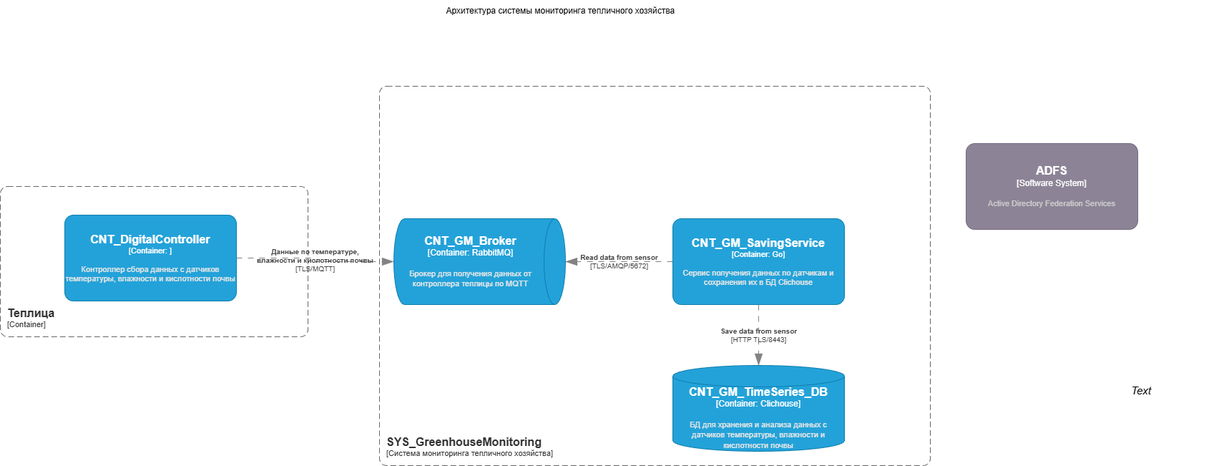
The draw.io diagram docs/diargams/src/solution_architect.png in shishkinsa/arch-sys-greenhouse-monitoring, before a commit. Source tidied: cells renumbered, new cells last; positions are measured from the earlier drawing's top-left corner, leaving out a move shared by most shapes.
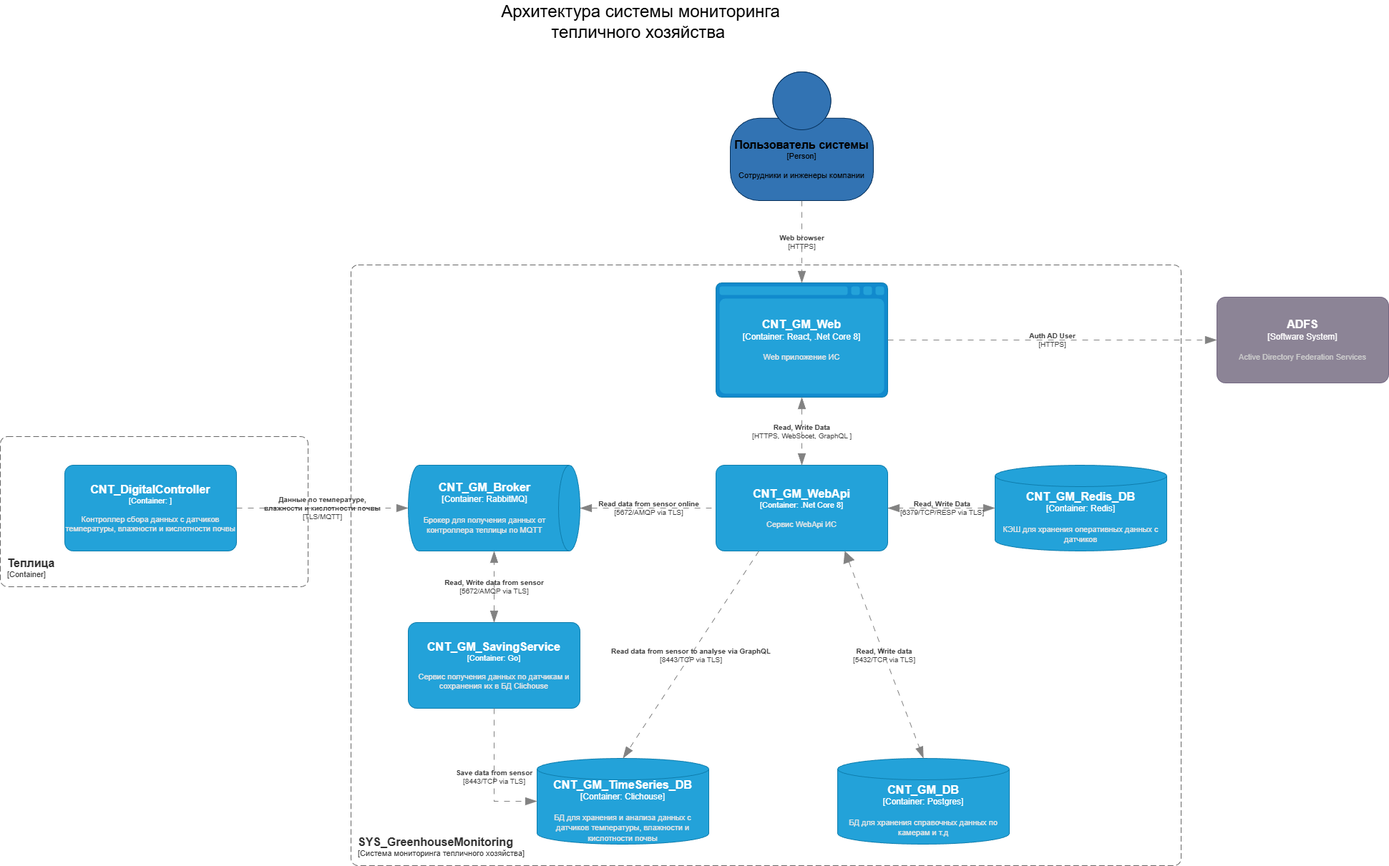
Above is the later version.

What changed in the source:
```diff
@@ -6,7 +6,7 @@
       <mxCell style="rounded=1;fontSize=11;whiteSpace=wrap;html=1;dashed=1;arcSize=20;fillColor=none;strokeColor=#666666;fontColor=#333333;labelBackgroundColor=none;align=left;verticalAlign=bottom;labelBorderColor=none;spacingTop=0;spacing=10;dashPattern=8 4;perimeter=rectanglePerimeter;noLabel=0;labelPadding=0;absoluteArcSize=1;" parent="1" vertex="1">
-        <mxGeometry y="260" width="430" height="210" as="geometry" />
+        <mxGeometry x="240" y="360" width="430" height="210" as="geometry" />
       </mxCell>
     </object>
-    <mxCell id="3" value="Архитектура системы мониторинга тепличного хозяйства&amp;nbsp;" style="text;html=1;align=center;verticalAlign=middle;whiteSpace=wrap;rounded=0;" parent="1" vertex="1">
-      <mxGeometry x="540" width="490" height="30" as="geometry" />
+    <mxCell id="3" value="Архитектура системы мониторинга тепличного хозяйства&amp;nbsp;" style="text;html=1;align=center;verticalAlign=middle;whiteSpace=wrap;rounded=0;strokeWidth=2;fontSize=24;" parent="1" vertex="1">
+      <mxGeometry x="890" y="-250" width="490" height="60" as="geometry" />
     </mxCell>
@@ -14,3 +14,3 @@
       <mxCell style="rounded=1;whiteSpace=wrap;html=1;fontSize=11;labelBackgroundColor=none;fillColor=#23A2D9;fontColor=#ffffff;align=center;arcSize=10;strokeColor=#0E7DAD;points=[[0.25,0,0],[0.5,0,0],[0.75,0,0],[1,0.25,0],[1,0.5,0],[1,0.75,0],[0.75,1,0],[0.5,1,0],[0.25,1,0],[0,0.75,0],[0,0.5,0],[0,0.25,0]];" parent="1" vertex="1">
-        <mxGeometry x="90" y="300" width="240" height="120" as="geometry" />
+        <mxGeometry x="330" y="400" width="240" height="120" as="geometry" />
       </mxCell>
@@ -19,3 +19,3 @@
       <mxCell style="rounded=1;fontSize=11;whiteSpace=wrap;html=1;dashed=1;arcSize=20;fillColor=none;strokeColor=#666666;fontColor=#333333;labelBackgroundColor=none;align=left;verticalAlign=bottom;labelBorderColor=none;spacingTop=0;spacing=10;dashPattern=8 4;perimeter=rectanglePerimeter;noLabel=0;labelPadding=0;absoluteArcSize=1;" parent="1" vertex="1">
-        <mxGeometry x="530" y="120" width="770" height="530" as="geometry" />
+        <mxGeometry x="730" y="120" width="1160" height="840" as="geometry" />
       </mxCell>
@@ -24,3 +24,3 @@
       <mxCell style="shape=cylinder3;size=15;direction=south;whiteSpace=wrap;html=1;boundedLbl=1;rounded=0;labelBackgroundColor=none;fillColor=#23A2D9;fontSize=12;fontColor=#ffffff;align=center;strokeColor=#0E7DAD;points=[[0.5,0,0],[1,0.25,0],[1,0.5,0],[1,0.75,0],[0.5,1,0],[0,0.75,0],[0,0.5,0],[0,0.25,0]];" parent="1" vertex="1">
-        <mxGeometry x="550" y="305" width="240" height="120" as="geometry" />
+        <mxGeometry x="810" y="400" width="240" height="120" as="geometry" />
       </mxCell>
@@ -34,3 +34,3 @@
       <mxCell style="rounded=1;whiteSpace=wrap;html=1;labelBackgroundColor=none;fillColor=#8C8496;fontColor=#ffffff;align=center;arcSize=10;strokeColor=#736782;points=[[0.25,0,0],[0.5,0,0],[0.75,0,0],[1,0.25,0],[1,0.5,0],[1,0.75,0],[0.75,1,0],[0.5,1,0],[0.25,1,0],[0,0.75,0],[0,0.5,0],[0,0.25,0]];" parent="1" vertex="1">
-        <mxGeometry x="1350" y="200" width="240" height="120" as="geometry" />
+        <mxGeometry x="1940" y="165" width="240" height="120" as="geometry" />
       </mxCell>
@@ -39,3 +39,3 @@
       <mxCell style="shape=cylinder3;size=15;whiteSpace=wrap;html=1;boundedLbl=1;rounded=0;labelBackgroundColor=none;fillColor=#23A2D9;fontSize=12;fontColor=#ffffff;align=center;strokeColor=#0E7DAD;points=[[0.5,0,0],[1,0.25,0],[1,0.5,0],[1,0.75,0],[0.5,1,0],[0,0.75,0],[0,0.5,0],[0,0.25,0]];" parent="1" vertex="1">
-        <mxGeometry x="940" y="510" width="240" height="120" as="geometry" />
+        <mxGeometry x="990" y="810" width="240" height="120" as="geometry" />
       </mxCell>
@@ -44,7 +44,7 @@
       <mxCell style="rounded=1;whiteSpace=wrap;html=1;fontSize=11;labelBackgroundColor=none;fillColor=#23A2D9;fontColor=#ffffff;align=center;arcSize=10;strokeColor=#0E7DAD;points=[[0.25,0,0],[0.5,0,0],[0.75,0,0],[1,0.25,0],[1,0.5,0],[1,0.75,0],[0.75,1,0],[0.5,1,0],[0.25,1,0],[0,0.75,0],[0,0.5,0],[0,0.25,0]];" parent="1" vertex="1">
-        <mxGeometry x="940" y="305" width="240" height="120" as="geometry" />
+        <mxGeometry x="810" y="620" width="240" height="120" as="geometry" />
       </mxCell>
     </object>
-    <object id="11" label="&lt;div style=&quot;text-align: left&quot;&gt;&lt;div style=&quot;text-align: center&quot;&gt;&lt;b&gt;%c4Description%&lt;/b&gt;&lt;/div&gt;&lt;div style=&quot;text-align: center&quot;&gt;[%c4Technology%]&lt;/div&gt;&lt;/div&gt;" c4Description="Read data from sensor" c4Technology="TLS/AMQP/5672" c4Type="Relationship" placeholders="1">
-      <mxCell style="endArrow=blockThin;html=1;fontSize=10;fontColor=#404040;strokeWidth=1;endFill=1;strokeColor=#828282;elbow=vertical;endSize=14;startSize=14;jumpStyle=arc;jumpSize=16;rounded=0;edgeStyle=orthogonalEdgeStyle;exitX=0;exitY=0.5;exitDx=0;exitDy=0;exitPerimeter=0;entryX=0.5;entryY=0;entryDx=0;entryDy=0;entryPerimeter=0;dashed=1;dashPattern=8 8;labelBackgroundColor=none;" parent="1" edge="1" source="10" target="6">
+    <object id="11" label="&lt;div style=&quot;text-align: left&quot;&gt;&lt;div style=&quot;text-align: center&quot;&gt;&lt;b&gt;%c4Description%&lt;/b&gt;&lt;/div&gt;&lt;div style=&quot;text-align: center&quot;&gt;[%c4Technology%]&lt;/div&gt;&lt;/div&gt;" c4Description="Read, Write data from sensor" c4Technology="5672/AMQP via TLS" c4Type="Relationship" placeholders="1">
+      <mxCell style="endArrow=blockThin;html=1;fontSize=10;fontColor=#404040;strokeWidth=1;endFill=1;strokeColor=#828282;elbow=vertical;endSize=14;startSize=14;jumpStyle=arc;jumpSize=16;rounded=0;exitX=0.5;exitY=0;exitDx=0;exitDy=0;exitPerimeter=0;entryX=1;entryY=0.5;entryDx=0;entryDy=0;entryPerimeter=0;dashed=1;dashPattern=8 8;labelBackgroundColor=none;startArrow=blockThin;startFill=1;" parent="1" edge="1" source="10" target="6">
         <mxGeometry relative="1" as="geometry" />
@@ -52,4 +52,4 @@
     </object>
-    <object id="12" label="&lt;div style=&quot;text-align: left&quot;&gt;&lt;div style=&quot;text-align: center&quot;&gt;&lt;b&gt;%c4Description%&lt;/b&gt;&lt;/div&gt;&lt;div style=&quot;text-align: center&quot;&gt;[%c4Technology%]&lt;/div&gt;&lt;/div&gt;" c4Description="Save data from sensor" c4Technology="HTTP TLS/8443" c4Type="Relationship" placeholders="1">
-      <mxCell style="endArrow=blockThin;html=1;fontSize=10;fontColor=#404040;strokeWidth=1;endFill=1;strokeColor=#828282;elbow=vertical;endSize=14;startSize=14;jumpStyle=arc;jumpSize=16;rounded=0;edgeStyle=orthogonalEdgeStyle;exitX=0.5;exitY=1;exitDx=0;exitDy=0;exitPerimeter=0;entryX=0.5;entryY=0;entryDx=0;entryDy=0;entryPerimeter=0;dashed=1;dashPattern=8 8;labelBackgroundColor=none;" parent="1" edge="1" source="10" target="9">
+    <object id="12" label="&lt;div style=&quot;text-align: left&quot;&gt;&lt;div style=&quot;text-align: center&quot;&gt;&lt;b&gt;%c4Description%&lt;/b&gt;&lt;/div&gt;&lt;div style=&quot;text-align: center&quot;&gt;[%c4Technology%]&lt;/div&gt;&lt;/div&gt;" c4Description="Save data from sensor" c4Technology="8443/TCP via TLS" c4Type="Relationship" placeholders="1">
+      <mxCell style="endArrow=blockThin;html=1;fontSize=10;fontColor=#404040;strokeWidth=1;endFill=1;strokeColor=#828282;elbow=vertical;endSize=14;startSize=14;jumpStyle=arc;jumpSize=16;rounded=0;exitX=0.5;exitY=1;exitDx=0;exitDy=0;exitPerimeter=0;entryX=0;entryY=0.5;entryDx=0;entryDy=0;entryPerimeter=0;dashed=1;dashPattern=8 8;labelBackgroundColor=none;edgeStyle=orthogonalEdgeStyle;" parent="1" edge="1" source="10" target="9">
         <mxGeometry relative="1" as="geometry" />
@@ -57,5 +57,62 @@
     </object>
-    <mxCell id="13" value="Text" style="text;html=1;align=center;verticalAlign=middle;whiteSpace=wrap;rounded=0;fontStyle=2;fontSize=15;" parent="1" vertex="1">
-      <mxGeometry x="1480" y="490" width="230" height="110" as="geometry" />
-    </mxCell>
+    <object id="14" label="&lt;font style=&quot;font-size: 16px&quot;&gt;&lt;b&gt;%c4Name%&lt;/b&gt;&lt;/font&gt;&lt;div&gt;[%c4Type%:&amp;nbsp;%c4Technology%]&lt;/div&gt;&lt;br&gt;&lt;div&gt;&lt;font style=&quot;font-size: 11px&quot;&gt;&lt;font color=&quot;#E6E6E6&quot;&gt;%c4Description%&lt;/font&gt;&lt;/div&gt;" c4Description="Web приложение ИС" c4Name="CNT_GM_Web" c4Technology="React, .Net Core 8" c4Type="Container" placeholders="1">
+      <mxCell style="shape=mxgraph.c4.webBrowserContainer2;whiteSpace=wrap;html=1;boundedLbl=1;rounded=0;labelBackgroundColor=none;strokeColor=#118ACD;fillColor=#23A2D9;strokeColor=#118ACD;strokeColor2=#0E7DAD;fontSize=12;fontColor=#ffffff;align=center;points=[[0.5,0,0],[1,0.25,0],[1,0.5,0],[1,0.75,0],[0.5,1,0],[0,0.75,0],[0,0.5,0],[0,0.25,0]];" parent="1" vertex="1">
+        <mxGeometry x="1240" y="145" width="240" height="160" as="geometry" />
+      </mxCell>
+    </object>
+    <object id="15" label="&lt;font style=&quot;font-size: 16px&quot;&gt;&lt;b&gt;%c4Name%&lt;/b&gt;&lt;/font&gt;&lt;div&gt;[%c4Type%]&lt;/div&gt;&lt;br&gt;&lt;div&gt;&lt;font style=&quot;font-size: 11px&quot;&gt;&lt;font&gt;%c4Description%&lt;/font&gt;&lt;/font&gt;&lt;/div&gt;" c4Description="Сотрудники и инженеры компании" c4Name="Пользователь системы" c4Type="Person" placeholders="1">
+      <mxCell style="html=1;fontSize=11;dashed=0;whiteSpace=wrap;fillColor=light-dark(#3273b3, #95c4f2);strokeColor=#06315C;fontColor=default;shape=mxgraph.c4.person2;align=center;points=[[0.5,0,0],[1,0.5,0],[1,0.75,0],[0.75,1,0],[0.5,1,0],[0.25,1,0],[0,0.75,0],[0,0.5,0]];labelBackgroundColor=none;labelBorderColor=none;textShadow=0;" parent="1" vertex="1">
+        <mxGeometry x="1260" y="-150" width="200" height="180" as="geometry" />
+      </mxCell>
+    </object>
+    <object id="16" label="&lt;div style=&quot;text-align: left&quot;&gt;&lt;div style=&quot;text-align: center&quot;&gt;&lt;b&gt;%c4Description%&lt;/b&gt;&lt;/div&gt;&lt;div style=&quot;text-align: center&quot;&gt;[%c4Technology%]&lt;/div&gt;&lt;/div&gt;" c4Description="Web browser" c4Technology="HTTPS" c4Type="Relationship" placeholders="1">
+      <mxCell style="endArrow=blockThin;html=1;fontSize=10;fontColor=#404040;strokeWidth=1;endFill=1;strokeColor=#828282;elbow=vertical;endSize=14;startSize=14;jumpStyle=arc;jumpSize=16;rounded=0;edgeStyle=orthogonalEdgeStyle;exitX=0.5;exitY=1;exitDx=0;exitDy=0;exitPerimeter=0;entryX=0.5;entryY=0;entryDx=0;entryDy=0;entryPerimeter=0;dashed=1;dashPattern=8 8;labelBackgroundColor=none;" parent="1" edge="1" source="15" target="14">
+        <mxGeometry relative="1" as="geometry" />
+      </mxCell>
+    </object>
+    <object id="17" label="&lt;font style=&quot;font-size: 16px&quot;&gt;&lt;b&gt;%c4Name%&lt;/b&gt;&lt;/font&gt;&lt;div&gt;[%c4Type%: %c4Technology%]&lt;/div&gt;&lt;br&gt;&lt;div&gt;&lt;font style=&quot;font-size: 11px&quot;&gt;&lt;font color=&quot;#E6E6E6&quot;&gt;%c4Description%&lt;/font&gt;&lt;/div&gt;" c4Description="Сервис WebApi ИС" c4Name="CNT_GM_WebApi" c4Technology=".Net Core 8" c4Type="Container" placeholders="1">
+      <mxCell style="rounded=1;whiteSpace=wrap;html=1;fontSize=11;labelBackgroundColor=none;fillColor=#23A2D9;fontColor=#ffffff;align=center;arcSize=10;strokeColor=#0E7DAD;points=[[0.25,0,0],[0.5,0,0],[0.75,0,0],[1,0.25,0],[1,0.5,0],[1,0.75,0],[0.75,1,0],[0.5,1,0],[0.25,1,0],[0,0.75,0],[0,0.5,0],[0,0.25,0]];" parent="1" vertex="1">
+        <mxGeometry x="1240" y="400" width="240" height="120" as="geometry" />
+      </mxCell>
+    </object>
+    <object id="18" label="&lt;div style=&quot;text-align: left&quot;&gt;&lt;div style=&quot;text-align: center&quot;&gt;&lt;b&gt;%c4Description%&lt;/b&gt;&lt;/div&gt;&lt;div style=&quot;text-align: center&quot;&gt;[%c4Technology%]&lt;/div&gt;&lt;/div&gt;" c4Description="Read, Write Data" c4Technology="HTTPS, WebSocet, GraphQL " c4Type="Relationship" placeholders="1">
+      <mxCell style="endArrow=blockThin;html=1;fontSize=10;fontColor=#404040;strokeWidth=1;endFill=1;strokeColor=#828282;elbow=vertical;endSize=14;startSize=14;jumpStyle=arc;jumpSize=16;rounded=0;edgeStyle=orthogonalEdgeStyle;entryX=0.5;entryY=0;entryDx=0;entryDy=0;entryPerimeter=0;dashed=1;dashPattern=8 8;labelBackgroundColor=none;exitX=0.5;exitY=1;exitDx=0;exitDy=0;exitPerimeter=0;startArrow=blockThin;startFill=1;" parent="1" edge="1" source="14" target="17">
+        <mxGeometry relative="1" as="geometry" />
+      </mxCell>
+    </object>
+    <object id="19" label="&lt;div style=&quot;text-align: left&quot;&gt;&lt;div style=&quot;text-align: center&quot;&gt;&lt;b&gt;%c4Description%&lt;/b&gt;&lt;/div&gt;&lt;div style=&quot;text-align: center&quot;&gt;[%c4Technology%]&lt;/div&gt;&lt;/div&gt;" c4Description="Read data from  sensor online" c4Technology="5672/AMQP via TLS" c4Type="Relationship" placeholders="1">
+      <mxCell style="endArrow=none;html=1;fontSize=10;fontColor=#404040;strokeWidth=1;endFill=0;strokeColor=#828282;elbow=vertical;endSize=14;startSize=14;jumpStyle=arc;jumpSize=16;rounded=0;exitX=0.5;exitY=0;exitDx=0;exitDy=0;exitPerimeter=0;entryX=0;entryY=0.5;entryDx=0;entryDy=0;entryPerimeter=0;dashed=1;dashPattern=8 8;labelBackgroundColor=none;startArrow=blockThin;startFill=1;" parent="1" edge="1" source="6" target="17">
+        <mxGeometry relative="1" as="geometry" />
+      </mxCell>
+    </object>
+    <object id="20" label="&lt;div style=&quot;text-align: left&quot;&gt;&lt;div style=&quot;text-align: center&quot;&gt;&lt;b&gt;%c4Description%&lt;/b&gt;&lt;/div&gt;&lt;div style=&quot;text-align: center&quot;&gt;[%c4Technology%]&lt;/div&gt;&lt;/div&gt;" c4Description="Read data from sensor to analyse via GraphQL" c4Technology="8443/TCP via TLS" c4Type="Relationship" placeholders="1">
+      <mxCell style="endArrow=blockThin;html=1;fontSize=10;fontColor=#404040;strokeWidth=1;endFill=1;strokeColor=#828282;elbow=vertical;endSize=14;startSize=14;jumpStyle=arc;jumpSize=16;rounded=0;exitX=0.25;exitY=1;exitDx=0;exitDy=0;exitPerimeter=0;entryX=0.5;entryY=0;entryDx=0;entryDy=0;entryPerimeter=0;dashed=1;dashPattern=8 8;labelBackgroundColor=none;" parent="1" edge="1" source="17" target="9">
+        <mxGeometry relative="1" as="geometry" />
+      </mxCell>
+    </object>
+    <object id="21" label="&lt;font style=&quot;font-size: 16px&quot;&gt;&lt;b&gt;%c4Name%&lt;/b&gt;&lt;/font&gt;&lt;div&gt;[%c4Type%:&amp;nbsp;%c4Technology%]&lt;/div&gt;&lt;br&gt;&lt;div&gt;&lt;font style=&quot;font-size: 11px&quot;&gt;&lt;font color=&quot;#E6E6E6&quot;&gt;%c4Description%&lt;/font&gt;&lt;/div&gt;" c4Description="КЭШ для хранения оперативных данных с датчиков" c4Name="CNT_GM_Redis_DB " c4Technology="Redis" c4Type="Container" placeholders="1">
+      <mxCell style="shape=cylinder3;size=15;whiteSpace=wrap;html=1;boundedLbl=1;rounded=0;labelBackgroundColor=none;fillColor=#23A2D9;fontSize=12;fontColor=#ffffff;align=center;strokeColor=#0E7DAD;points=[[0.5,0,0],[1,0.25,0],[1,0.5,0],[1,0.75,0],[0.5,1,0],[0,0.75,0],[0,0.5,0],[0,0.25,0]];" parent="1" vertex="1">
+        <mxGeometry x="1630" y="400" width="240" height="120" as="geometry" />
+      </mxCell>
+    </object>
+    <object id="22" label="&lt;div style=&quot;text-align: left&quot;&gt;&lt;div style=&quot;text-align: center&quot;&gt;&lt;b&gt;%c4Description%&lt;/b&gt;&lt;/div&gt;&lt;div style=&quot;text-align: center&quot;&gt;[%c4Technology%]&lt;/div&gt;&lt;/div&gt;" c4Description="Read, Write Data" c4Technology="6379/TCP/RESP via TLS" c4Type="Relationship" placeholders="1">
+      <mxCell style="endArrow=blockThin;html=1;fontSize=10;fontColor=#404040;strokeWidth=1;endFill=1;strokeColor=#828282;elbow=vertical;endSize=14;startSize=14;jumpStyle=arc;jumpSize=16;rounded=0;dashed=1;dashPattern=8 8;labelBackgroundColor=none;exitX=0;exitY=0.5;exitDx=0;exitDy=0;exitPerimeter=0;startArrow=blockThin;startFill=1;entryX=1;entryY=0.5;entryDx=0;entryDy=0;entryPerimeter=0;" parent="1" edge="1" source="21" target="17">
+        <mxGeometry relative="1" as="geometry" />
+      </mxCell>
+    </object>
+    <object id="23" label="&lt;font style=&quot;font-size: 16px&quot;&gt;&lt;b&gt;%c4Name%&lt;/b&gt;&lt;/font&gt;&lt;div&gt;[%c4Type%:&amp;nbsp;%c4Technology%]&lt;/div&gt;&lt;br&gt;&lt;div&gt;&lt;font style=&quot;font-size: 11px&quot;&gt;&lt;font color=&quot;#E6E6E6&quot;&gt;%c4Description%&lt;/font&gt;&lt;/div&gt;" c4Description="БД для хранения справочных данных по камерам и т.д" c4Name="CNT_GM_DB " c4Technology="Postgres" c4Type="Container" placeholders="1">
+      <mxCell style="shape=cylinder3;size=15;whiteSpace=wrap;html=1;boundedLbl=1;rounded=0;labelBackgroundColor=none;fillColor=#23A2D9;fontSize=12;fontColor=#ffffff;align=center;strokeColor=#0E7DAD;points=[[0.5,0,0],[1,0.25,0],[1,0.5,0],[1,0.75,0],[0.5,1,0],[0,0.75,0],[0,0.5,0],[0,0.25,0]];" parent="1" vertex="1">
+        <mxGeometry x="1410" y="810" width="240" height="120" as="geometry" />
+      </mxCell>
+    </object>
+    <object id="24" label="&lt;div style=&quot;text-align: left&quot;&gt;&lt;div style=&quot;text-align: center&quot;&gt;&lt;b&gt;%c4Description%&lt;/b&gt;&lt;/div&gt;&lt;div style=&quot;text-align: center&quot;&gt;[%c4Technology%]&lt;/div&gt;&lt;/div&gt;" c4Description="Read, Write data" c4Technology="5432/TCP via TLS" c4Type="Relationship" placeholders="1">
+      <mxCell style="endArrow=blockThin;html=1;fontSize=10;fontColor=#404040;strokeWidth=1;endFill=1;strokeColor=#828282;elbow=vertical;endSize=14;startSize=14;jumpStyle=arc;jumpSize=16;rounded=0;exitX=0.75;exitY=1;exitDx=0;exitDy=0;exitPerimeter=0;entryX=0.5;entryY=0;entryDx=0;entryDy=0;entryPerimeter=0;dashed=1;dashPattern=8 8;labelBackgroundColor=none;startArrow=block;startFill=1;" parent="1" edge="1" source="17" target="23">
+        <mxGeometry relative="1" as="geometry" />
+      </mxCell>
+    </object>
+    <object id="25" label="&lt;div style=&quot;text-align: left&quot;&gt;&lt;div style=&quot;text-align: center&quot;&gt;&lt;b&gt;%c4Description%&lt;/b&gt;&lt;/div&gt;&lt;div style=&quot;text-align: center&quot;&gt;[%c4Technology%]&lt;/div&gt;&lt;/div&gt;" c4Description="Auth AD User" c4Technology="HTTPS" c4Type="Relationship" placeholders="1">
+      <mxCell style="endArrow=blockThin;html=1;fontSize=10;fontColor=#404040;strokeWidth=1;endFill=1;strokeColor=#828282;elbow=vertical;endSize=14;startSize=14;jumpStyle=arc;jumpSize=16;rounded=0;edgeStyle=orthogonalEdgeStyle;exitX=1;exitY=0.5;exitDx=0;exitDy=0;exitPerimeter=0;entryX=0;entryY=0.5;entryDx=0;entryDy=0;entryPerimeter=0;dashed=1;dashPattern=8 8;labelBackgroundColor=none;" parent="1" edge="1" source="14" target="8">
+        <mxGeometry relative="1" as="geometry" />
+      </mxCell>
+    </object>
   </root>
```
